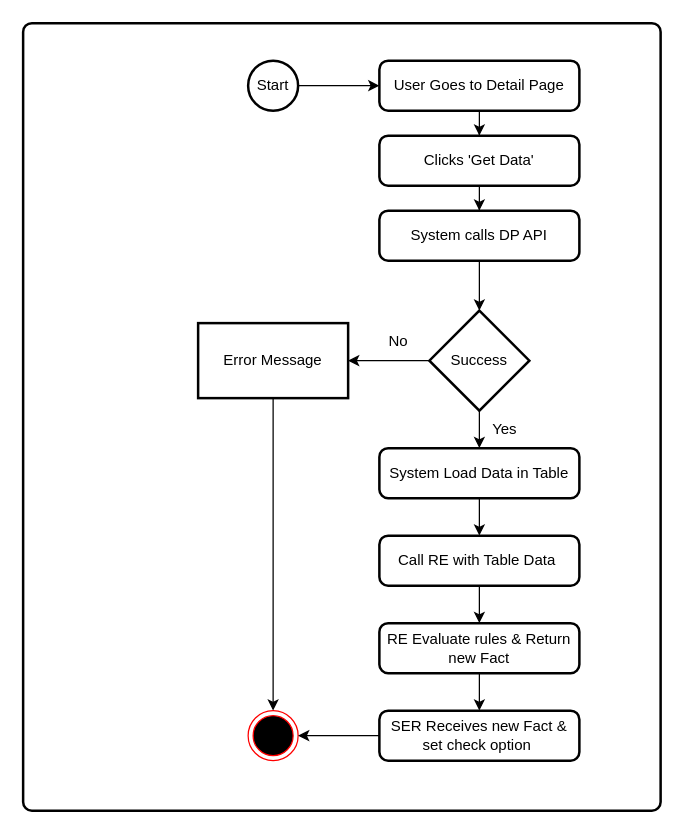
The draw.io diagram Untitled Diagram.drawio in satis-pra/sp-draw.io-diagrams, before the edit. Source tidied: cells renumbered, new cells numbered last; positions are measured from the earlier drawing's top-left corner, leaving out a move shared by most shapes. Both pictures are drawn from the tidied source at 125%, with x=0, y=0 at pixel (22, 22).
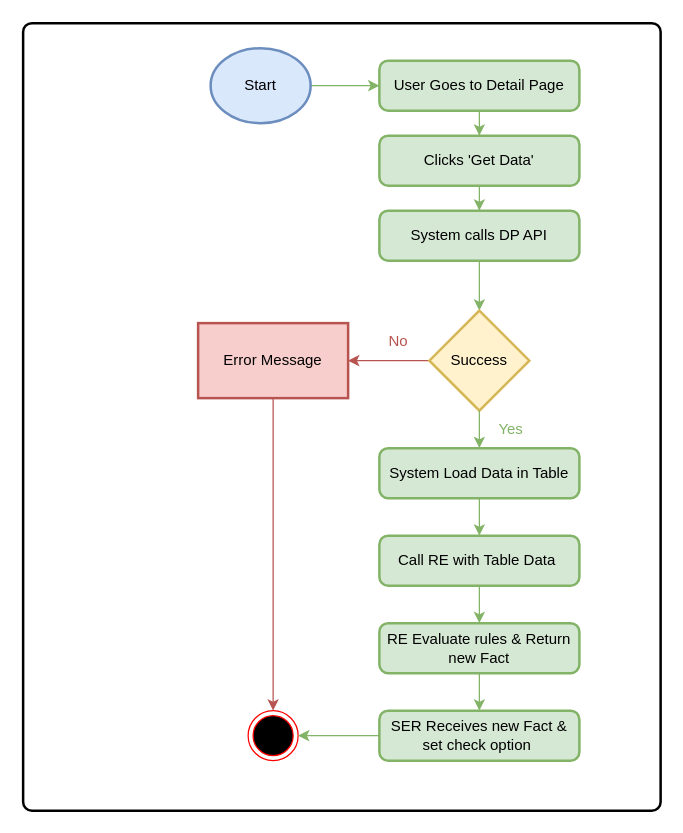
The same page after the edit.

Commit message:
Check Evaluation Diagram.drawio

Unchanged cells that the change refers to:
```xml
<mxCell id="12" style="ellipse;html=1;shape=endState;fillColor=#000000;strokeColor=#ff0000;" parent="1" vertex="1">
  <mxGeometry x="180" y="550" width="40" height="40" as="geometry" />
</mxCell>
```

Diff of the diagram source:
```diff
@@
-    <mxCell id="3" style="edgeStyle=orthogonalEdgeStyle;rounded=0;jettySize=auto;html=1;" parent="1" edge="1" source="4" target="6">
+    <mxCell id="3" style="edgeStyle=orthogonalEdgeStyle;rounded=0;jettySize=auto;html=1;fillColor=#d5e8d4;strokeColor=#82b366;" parent="1" edge="1" source="4" target="6">
       <mxGeometry relative="1" as="geometry" />
     </mxCell>
-    <mxCell id="4" value="Start" style="strokeWidth=2;html=1;shape=mxgraph.flowchart.start_2;whiteSpace=wrap;" parent="1" vertex="1">
-      <mxGeometry x="180" y="30" width="40" height="40" as="geometry" />
+    <mxCell id="4" value="Start" style="strokeWidth=2;html=1;shape=mxgraph.flowchart.start_2;whiteSpace=wrap;fillColor=#dae8fc;strokeColor=#6c8ebf;" parent="1" vertex="1">
+      <mxGeometry x="150" y="20" width="80" height="60" as="geometry" />
     </mxCell>
-    <mxCell id="5" style="edgeStyle=orthogonalEdgeStyle;rounded=0;jettySize=auto;html=1;" parent="1" edge="1" source="6" target="8">
+    <mxCell id="5" style="edgeStyle=orthogonalEdgeStyle;rounded=0;jettySize=auto;html=1;fillColor=#d5e8d4;strokeColor=#82b366;" parent="1" edge="1" source="6" target="8">
       <mxGeometry relative="1" as="geometry" />
     </mxCell>
-    <mxCell id="6" value="User Goes to Detail Page" style="rounded=1;whiteSpace=wrap;html=1;absoluteArcSize=1;arcSize=14;strokeWidth=2;" parent="1" vertex="1">
+    <mxCell id="6" value="User Goes to Detail Page" style="rounded=1;whiteSpace=wrap;html=1;absoluteArcSize=1;arcSize=14;strokeWidth=2;fillColor=#d5e8d4;strokeColor=#82b366;" parent="1" vertex="1">
       <mxGeometry x="285" y="30" width="160" height="40" as="geometry" />
     </mxCell>
-    <mxCell id="7" style="edgeStyle=orthogonalEdgeStyle;rounded=0;jettySize=auto;html=1;" parent="1" edge="1" source="8" target="14">
+    <mxCell id="7" style="edgeStyle=orthogonalEdgeStyle;rounded=0;jettySize=auto;html=1;fillColor=#d5e8d4;strokeColor=#82b366;" parent="1" edge="1" source="8" target="14">
       <mxGeometry relative="1" as="geometry" />
     </mxCell>
-    <mxCell id="8" value="Clicks 'Get Data'" style="rounded=1;whiteSpace=wrap;html=1;absoluteArcSize=1;arcSize=14;strokeWidth=2;" parent="1" vertex="1">
+    <mxCell id="8" value="Clicks 'Get Data'" style="rounded=1;whiteSpace=wrap;html=1;absoluteArcSize=1;arcSize=14;strokeWidth=2;fillColor=#d5e8d4;strokeColor=#82b366;" parent="1" vertex="1">
       <mxGeometry x="285" y="90" width="160" height="40" as="geometry" />
     </mxCell>
-    <mxCell id="9" style="edgeStyle=orthogonalEdgeStyle;rounded=0;jettySize=auto;html=1;exitX=0.5;exitY=1;exitDx=0;exitDy=0;entryX=0.5;entryY=0;entryDx=0;entryDy=0;" parent="1" edge="1" source="10" target="11">
+    <mxCell id="9" style="edgeStyle=orthogonalEdgeStyle;rounded=0;jettySize=auto;html=1;exitX=0.5;exitY=1;exitDx=0;exitDy=0;entryX=0.5;entryY=0;entryDx=0;entryDy=0;fillColor=#d5e8d4;strokeColor=#82b366;" parent="1" edge="1" source="10" target="11">
       <mxGeometry relative="1" as="geometry" />
     </mxCell>
-    <mxCell id="10" value="System Load Data in Table" style="rounded=1;whiteSpace=wrap;html=1;absoluteArcSize=1;arcSize=14;strokeWidth=2;" parent="1" vertex="1">
+    <mxCell id="10" value="System Load Data in Table" style="rounded=1;whiteSpace=wrap;html=1;absoluteArcSize=1;arcSize=14;strokeWidth=2;fillColor=#d5e8d4;strokeColor=#82b366;" parent="1" vertex="1">
       <mxGeometry x="285" y="340" width="160" height="40" as="geometry" />
     </mxCell>
-    <mxCell id="11" value="Call RE with Table Data&amp;nbsp;" style="rounded=1;whiteSpace=wrap;html=1;absoluteArcSize=1;arcSize=14;strokeWidth=2;" parent="1" vertex="1">
+    <mxCell id="11" value="Call RE with Table Data&amp;nbsp;" style="rounded=1;whiteSpace=wrap;html=1;absoluteArcSize=1;arcSize=14;strokeWidth=2;fillColor=#d5e8d4;strokeColor=#82b366;" parent="1" vertex="1">
       <mxGeometry x="285" y="410" width="160" height="40" as="geometry" />
     </mxCell>
@@
-    <mxCell id="13" style="edgeStyle=orthogonalEdgeStyle;rounded=0;jettySize=auto;html=1;" parent="1" edge="1" source="14" target="16">
+    <mxCell id="13" style="edgeStyle=orthogonalEdgeStyle;rounded=0;jettySize=auto;html=1;fillColor=#d5e8d4;strokeColor=#82b366;" parent="1" edge="1" source="14" target="16">
       <mxGeometry relative="1" as="geometry" />
     </mxCell>
-    <mxCell id="14" value="System calls DP API" style="rounded=1;whiteSpace=wrap;html=1;absoluteArcSize=1;arcSize=14;strokeWidth=2;" parent="1" vertex="1">
+    <mxCell id="14" value="System calls DP API" style="rounded=1;whiteSpace=wrap;html=1;absoluteArcSize=1;arcSize=14;strokeWidth=2;fillColor=#d5e8d4;strokeColor=#82b366;" parent="1" vertex="1">
       <mxGeometry x="285" y="150" width="160" height="40" as="geometry" />
     </mxCell>
-    <mxCell id="15" style="edgeStyle=orthogonalEdgeStyle;rounded=0;jettySize=auto;html=1;" parent="1" edge="1" source="16" target="20">
+    <mxCell id="15" style="edgeStyle=orthogonalEdgeStyle;rounded=0;jettySize=auto;html=1;fillColor=#f8cecc;strokeColor=#b85450;" parent="1" edge="1" source="16" target="20">
       <mxGeometry relative="1" as="geometry" />
     </mxCell>
-    <mxCell id="16" value="Success" style="strokeWidth=2;html=1;shape=mxgraph.flowchart.decision;whiteSpace=wrap;" parent="1" vertex="1">
+    <mxCell id="16" value="Success" style="strokeWidth=2;html=1;shape=mxgraph.flowchart.decision;whiteSpace=wrap;fillColor=#fff2cc;strokeColor=#d6b656;" parent="1" vertex="1">
       <mxGeometry x="325" y="230" width="80" height="80" as="geometry" />
     </mxCell>
-    <mxCell id="17" style="edgeStyle=orthogonalEdgeStyle;rounded=0;jettySize=auto;html=1;exitX=0.5;exitY=1;exitDx=0;exitDy=0;exitPerimeter=0;entryX=0.5;entryY=0;entryDx=0;entryDy=0;" parent="1" edge="1" source="16" target="10">
+    <mxCell id="17" style="edgeStyle=orthogonalEdgeStyle;rounded=0;jettySize=auto;html=1;exitX=0.5;exitY=1;exitDx=0;exitDy=0;exitPerimeter=0;entryX=0.5;entryY=0;entryDx=0;entryDy=0;fillColor=#d5e8d4;strokeColor=#82b366;" parent="1" edge="1" source="16" target="10">
       <mxGeometry relative="1" as="geometry" />
     </mxCell>
-    <mxCell id="18" value="Yes" style="text;html=1;align=center;verticalAlign=middle;strokeColor=none;fillColor=none;" parent="1" vertex="1">
-      <mxGeometry x="365" y="310" width="40" height="30" as="geometry" />
+    <mxCell id="18" value="&lt;font color=&quot;#82b366&quot;&gt;Yes&lt;/font&gt;" style="text;html=1;align=center;verticalAlign=middle;strokeColor=none;fillColor=none;" parent="1" vertex="1">
+      <mxGeometry x="370" y="310" width="40" height="30" as="geometry" />
     </mxCell>
-    <mxCell id="19" style="edgeStyle=orthogonalEdgeStyle;rounded=0;jettySize=auto;html=1;entryX=0.5;entryY=0;entryDx=0;entryDy=0;" parent="1" edge="1" source="20" target="12">
+    <mxCell id="19" style="edgeStyle=orthogonalEdgeStyle;rounded=0;jettySize=auto;html=1;entryX=0.5;entryY=0;entryDx=0;entryDy=0;fillColor=#f8cecc;strokeColor=#b85450;" parent="1" edge="1" source="20" target="12">
       <mxGeometry relative="1" as="geometry" />
     </mxCell>
-    <mxCell id="20" value="Error Message" style="whiteSpace=wrap;html=1;strokeWidth=2;" parent="1" vertex="1">
+    <mxCell id="20" value="Error Message" style="whiteSpace=wrap;html=1;strokeWidth=2;fillColor=#f8cecc;strokeColor=#b85450;" parent="1" vertex="1">
       <mxGeometry x="140" y="240" width="120" height="60" as="geometry" />
     </mxCell>
-    <mxCell id="21" value="No" style="text;html=1;align=center;verticalAlign=middle;strokeColor=none;fillColor=none;" parent="1" vertex="1">
+    <mxCell id="21" value="&lt;font color=&quot;#b85450&quot;&gt;No&lt;/font&gt;" style="text;html=1;align=center;verticalAlign=middle;strokeColor=none;fillColor=none;" parent="1" vertex="1">
       <mxGeometry x="280" y="240" width="40" height="30" as="geometry" />
     </mxCell>
-    <mxCell id="22" style="edgeStyle=orthogonalEdgeStyle;rounded=0;jettySize=auto;html=1;" parent="1" edge="1" source="11" target="24">
+    <mxCell id="22" style="edgeStyle=orthogonalEdgeStyle;rounded=0;jettySize=auto;html=1;fillColor=#d5e8d4;strokeColor=#82b366;" parent="1" edge="1" source="11" target="24">
       <mxGeometry relative="1" as="geometry" />
     </mxCell>
-    <mxCell id="23" style="edgeStyle=orthogonalEdgeStyle;rounded=0;jettySize=auto;html=1;" parent="1" edge="1" source="24" target="26">
+    <mxCell id="23" style="edgeStyle=orthogonalEdgeStyle;rounded=0;jettySize=auto;html=1;fillColor=#d5e8d4;strokeColor=#82b366;" parent="1" edge="1" source="24" target="26">
       <mxGeometry relative="1" as="geometry" />
     </mxCell>
-    <mxCell id="24" value="RE Evaluate rules &amp;amp; Return new Fact" style="rounded=1;whiteSpace=wrap;html=1;absoluteArcSize=1;arcSize=14;strokeWidth=2;" parent="1" vertex="1">
+    <mxCell id="24" value="RE Evaluate rules &amp;amp; Return new Fact" style="rounded=1;whiteSpace=wrap;html=1;absoluteArcSize=1;arcSize=14;strokeWidth=2;fillColor=#d5e8d4;strokeColor=#82b366;" parent="1" vertex="1">
       <mxGeometry x="285" y="480" width="160" height="40" as="geometry" />
     </mxCell>
-    <mxCell id="25" style="edgeStyle=orthogonalEdgeStyle;rounded=0;jettySize=auto;html=1;" parent="1" edge="1" source="26" target="12">
+    <mxCell id="25" style="edgeStyle=orthogonalEdgeStyle;rounded=0;jettySize=auto;html=1;fillColor=#d5e8d4;strokeColor=#82b366;" parent="1" edge="1" source="26" target="12">
       <mxGeometry relative="1" as="geometry" />
     </mxCell>
-    <mxCell id="26" value="SER Receives new Fact &amp;amp; set check option&amp;nbsp;" style="rounded=1;whiteSpace=wrap;html=1;absoluteArcSize=1;arcSize=14;strokeWidth=2;" parent="1" vertex="1">
+    <mxCell id="26" value="SER Receives new Fact &amp;amp; set check option&amp;nbsp;" style="rounded=1;whiteSpace=wrap;html=1;absoluteArcSize=1;arcSize=14;strokeWidth=2;fillColor=#d5e8d4;strokeColor=#82b366;" parent="1" vertex="1">
       <mxGeometry x="285" y="550" width="160" height="40" as="geometry" />
     </mxCell>
```
